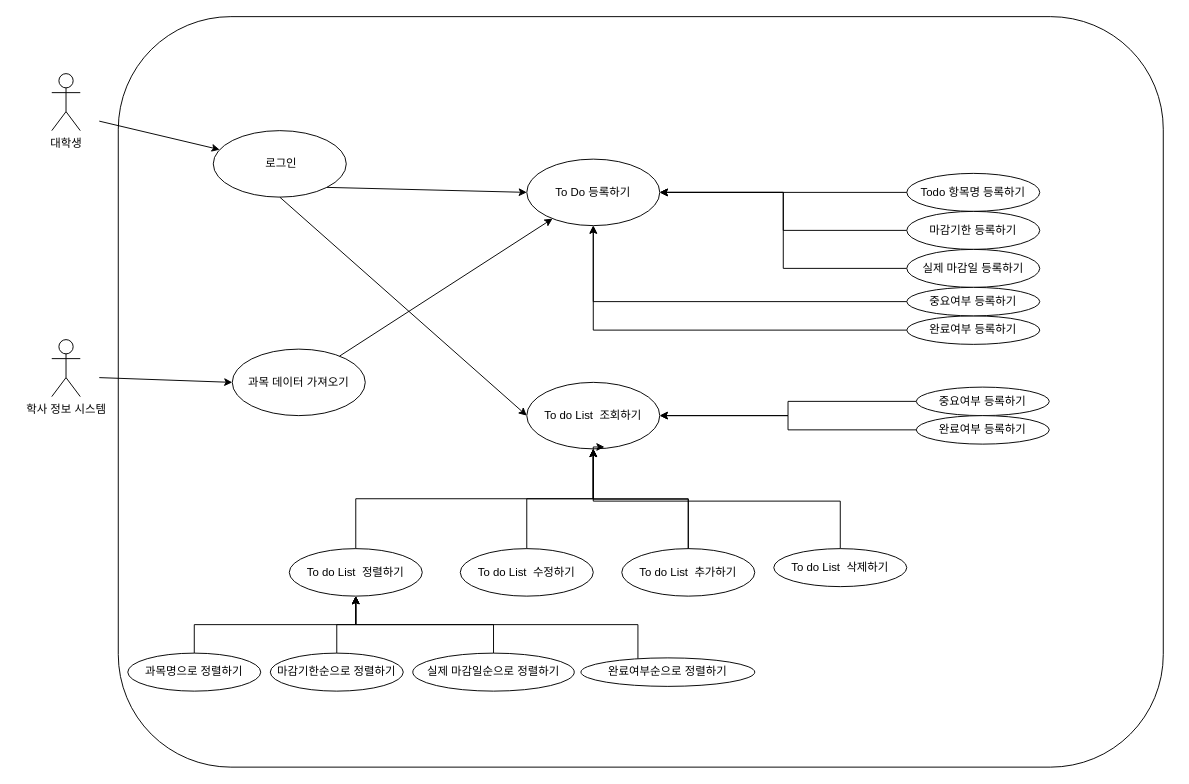
The draw.io diagram doc/02_RA/Team3/To_do_List.drawio in eunbi-kim/24_2_W_SeProj, before the edit. Source tidied: cells renumbered, new cells numbered last; positions are measured from the earlier drawing's top-left corner, leaving out a move shared by most shapes. Both pictures are drawn from the tidied source at 95%, with x=0, y=0 at pixel (51, 16).
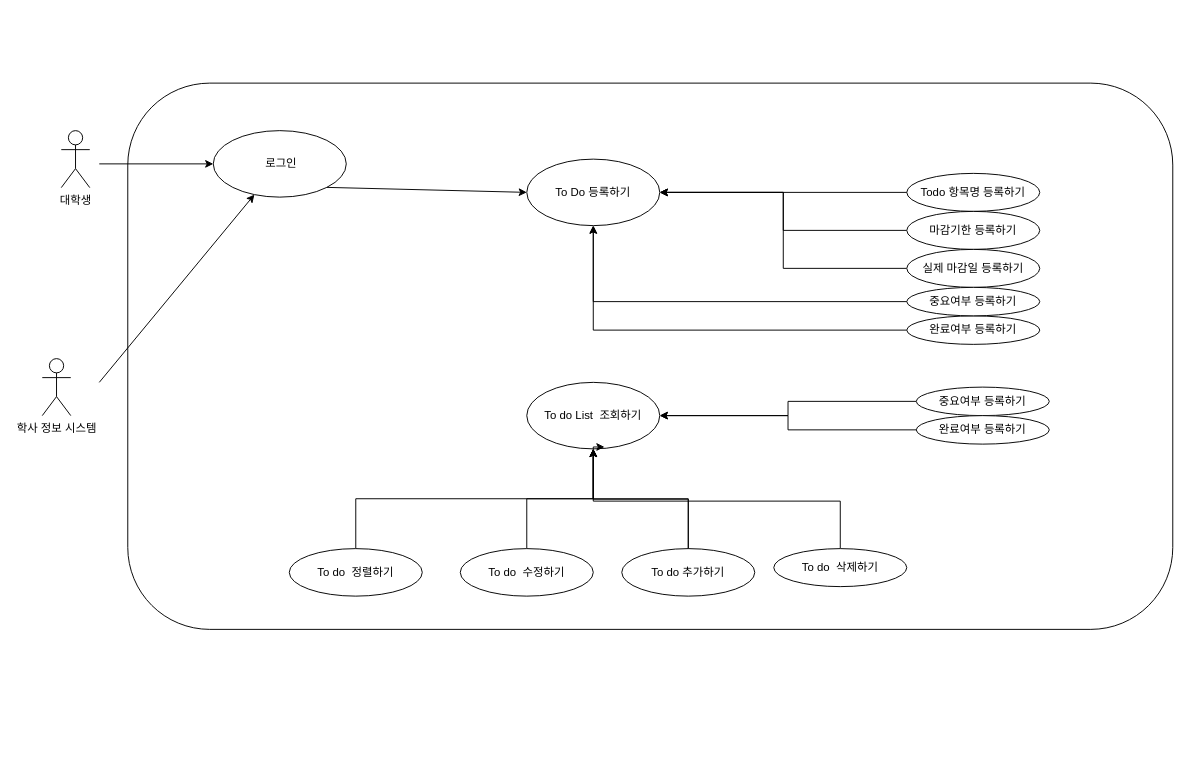
The same page after the edit.

Commit message:
[fix] : 정렬하기 기능 통합, 학사 정보 시스템 데이터 전송 수정

The change refers to these unchanged cells:
```xml
<mxCell id="4" value="&amp;nbsp;로그인" style="ellipse;whiteSpace=wrap;html=1;" parent="1" vertex="1">
  <mxGeometry x="170" y="120" width="140" height="70" as="geometry" />
</mxCell>
<mxCell id="7" value="To Do 등록하기" style="ellipse;whiteSpace=wrap;html=1;" parent="1" vertex="1">
  <mxGeometry x="500" y="150" width="140" height="70" as="geometry" />
</mxCell>
<mxCell id="8" value="To do List&amp;nbsp; 조회하기" style="ellipse;whiteSpace=wrap;html=1;" parent="1" vertex="1">
  <mxGeometry x="500" y="385" width="140" height="70" as="geometry" />
</mxCell>
```

The edit, as a diff of the source:
```diff
@@
     <mxCell id="2" style="rounded=1;whiteSpace=wrap;html=1;" parent="1" vertex="1">
-      <mxGeometry x="70" width="1100" height="790" as="geometry" />
+      <mxGeometry x="80" y="70" width="1100" height="575" as="geometry" />
     </mxCell>
     <mxCell id="3" value="대학생" style="shape=umlActor;verticalLabelPosition=bottom;verticalAlign=top;html=1;" parent="1" vertex="1">
-      <mxGeometry y="60" width="30" height="60" as="geometry" />
+      <mxGeometry x="10" y="120" width="30" height="60" as="geometry" />
     </mxCell>
@@
     <mxCell id="5" style="endArrow=classic;html=1;rounded=0;" parent="1" edge="1" target="4">
       <mxGeometry relative="1" as="geometry">
-        <mxPoint x="50" y="110" as="sourcePoint" />
+        <mxPoint x="50" y="155" as="sourcePoint" />
       </mxGeometry>
     </mxCell>
     <mxCell id="6" value="학사 정보 시스템&lt;div&gt;&lt;br&gt;&lt;/div&gt;" style="shape=umlActor;verticalLabelPosition=bottom;verticalAlign=top;html=1;" parent="1" vertex="1">
-      <mxGeometry y="340" width="30" height="60" as="geometry" />
+      <mxGeometry x="-10" y="360" width="30" height="60" as="geometry" />
     </mxCell>
@@
-    <mxCell id="10" style="endArrow=classic;html=1;rounded=0;entryX=0;entryY=0.5;entryDx=0;entryDy=0;" parent="1" edge="1" target="8">
-      <mxGeometry relative="1" as="geometry">
-        <mxPoint x="240" y="190" as="sourcePoint" />
-      </mxGeometry>
-    </mxCell>
@@
-    <mxCell id="19" value="과목 데이터 가져오기" style="ellipse;whiteSpace=wrap;html=1;" parent="1" vertex="1">
-      <mxGeometry x="190" y="350" width="140" height="70" as="geometry" />
-    </mxCell>
-    <mxCell id="20" style="endArrow=classic;html=1;rounded=0;entryX=0;entryY=0.5;entryDx=0;entryDy=0;" parent="1" edge="1" target="19">
+    <mxCell id="20" style="endArrow=classic;html=1;rounded=0;" parent="1" edge="1" target="4">
       <mxGeometry relative="1" as="geometry">
-        <mxPoint x="50" y="380" as="sourcePoint" />
+        <mxPoint x="50" y="385" as="sourcePoint" />
       </mxGeometry>
     </mxCell>
-    <mxCell id="21" style="endArrow=classic;html=1;rounded=0;" parent="1" edge="1" source="19" target="7">
-      <mxGeometry relative="1" as="geometry" />
-    </mxCell>
@@
-    <mxCell id="29" value="To do List&amp;nbsp; 수정하기" style="ellipse;whiteSpace=wrap;html=1;" parent="1" vertex="1">
+    <mxCell id="29" value="To do&amp;nbsp; 수정하기" style="ellipse;whiteSpace=wrap;html=1;" parent="1" vertex="1">
       <mxGeometry x="430" y="560" width="140" height="50" as="geometry" />
     </mxCell>
@@
-    <mxCell id="31" value="To do List&amp;nbsp; 추가하기" style="ellipse;whiteSpace=wrap;html=1;" parent="1" vertex="1">
+    <mxCell id="31" value="To do 추가하기" style="ellipse;whiteSpace=wrap;html=1;" parent="1" vertex="1">
       <mxGeometry x="600" y="560" width="140" height="50" as="geometry" />
     </mxCell>
@@
-    <mxCell id="33" value="To do List&amp;nbsp; 삭제하기" style="ellipse;whiteSpace=wrap;html=1;" parent="1" vertex="1">
+    <mxCell id="33" value="To do&amp;nbsp; 삭제하기" style="ellipse;whiteSpace=wrap;html=1;" parent="1" vertex="1">
       <mxGeometry x="760" y="560" width="140" height="40" as="geometry" />
     </mxCell>
@@
-    <mxCell id="36" value="To do List&amp;nbsp; 정렬하기" style="ellipse;whiteSpace=wrap;html=1;" parent="1" vertex="1">
+    <mxCell id="36" value="To do&amp;nbsp; 정렬하기" style="ellipse;whiteSpace=wrap;html=1;" parent="1" vertex="1">
       <mxGeometry x="250" y="560" width="140" height="50" as="geometry" />
     </mxCell>
-    <mxCell id="37" style="edgeStyle=orthogonalEdgeStyle;rounded=0;jettySize=auto;html=1;" parent="1" edge="1" source="38" target="36">
-      <mxGeometry relative="1" as="geometry">
-        <Array as="points">
-          <mxPoint x="150" y="640" />
-          <mxPoint x="320" y="640" />
-        </Array>
-      </mxGeometry>
-    </mxCell>
-    <mxCell id="38" value="과목명으로 정렬하기" style="ellipse;whiteSpace=wrap;html=1;" parent="1" vertex="1">
-      <mxGeometry x="80" y="670" width="140" height="40" as="geometry" />
-    </mxCell>
-    <mxCell id="39" style="edgeStyle=orthogonalEdgeStyle;rounded=0;jettySize=auto;html=1;" parent="1" edge="1" source="40" target="36">
-      <mxGeometry relative="1" as="geometry" />
-    </mxCell>
-    <mxCell id="40" value="마감기한순으로 정렬하기" style="ellipse;whiteSpace=wrap;html=1;" parent="1" vertex="1">
-      <mxGeometry x="230" y="670" width="140" height="40" as="geometry" />
-    </mxCell>
-    <mxCell id="41" style="edgeStyle=orthogonalEdgeStyle;rounded=0;jettySize=auto;html=1;" parent="1" edge="1" source="42" target="36">
-      <mxGeometry relative="1" as="geometry" />
-    </mxCell>
-    <mxCell id="42" value="실제 마감일순으로 정렬하기" style="ellipse;whiteSpace=wrap;html=1;" parent="1" vertex="1">
-      <mxGeometry x="380" y="670" width="170" height="40" as="geometry" />
-    </mxCell>
-    <mxCell id="43" style="edgeStyle=orthogonalEdgeStyle;rounded=0;jettySize=auto;html=1;" parent="1" edge="1" source="44" target="36">
-      <mxGeometry relative="1" as="geometry">
-        <Array as="points">
-          <mxPoint x="617" y="640" />
-          <mxPoint x="320" y="640" />
-        </Array>
-      </mxGeometry>
-    </mxCell>
-    <mxCell id="44" value="완료여부순으로 정렬하기" style="ellipse;whiteSpace=wrap;html=1;" parent="1" vertex="1">
-      <mxGeometry x="557" y="675" width="183" height="30" as="geometry" />
-    </mxCell>
```
